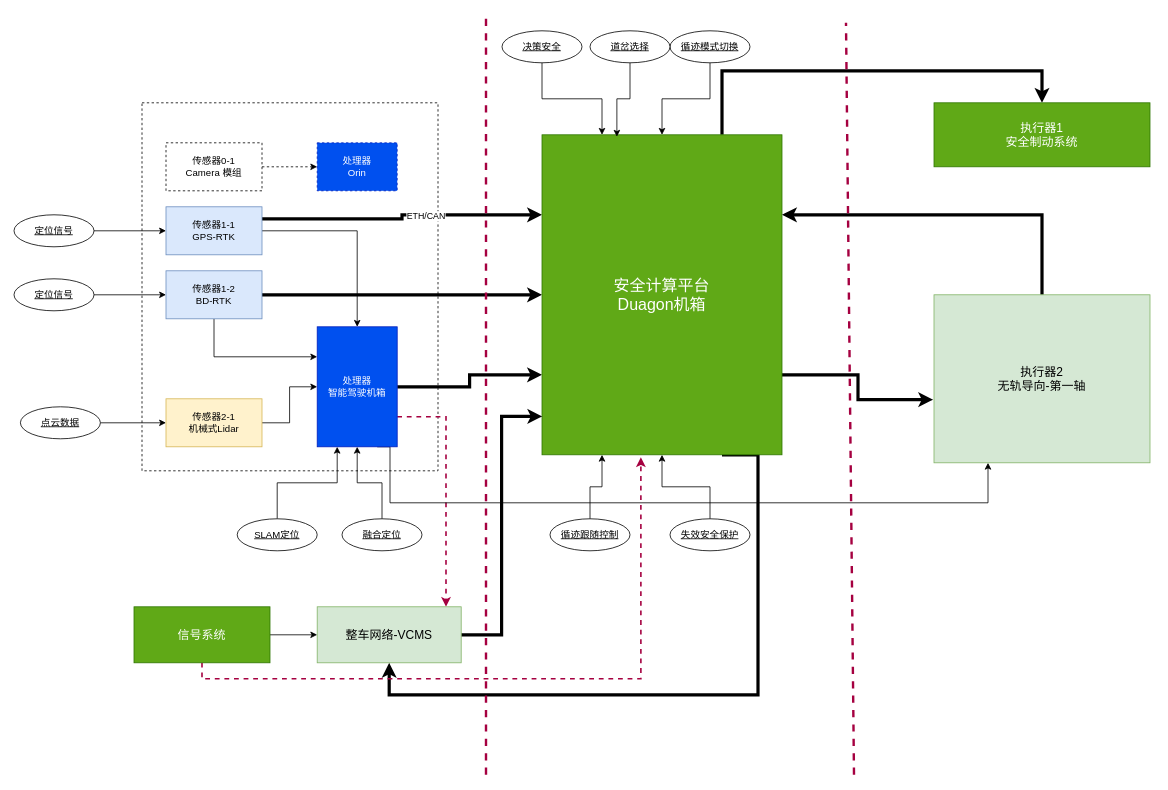
FrankWong-cs/SharingwithColleagues keeps this draw.io diagram as page "实体关系" (1 of 2) of 马来循迹控制_SIL2方案.drawio. Above is the earlier version. Source tidied: cells renumbered, new cells numbered last; positions are measured from the earlier drawing's top-left corner, leaving out a move shared by most shapes. Both pictures are drawn from the tidied source at 80%, with x=0, y=0 at pixel (14, 14).
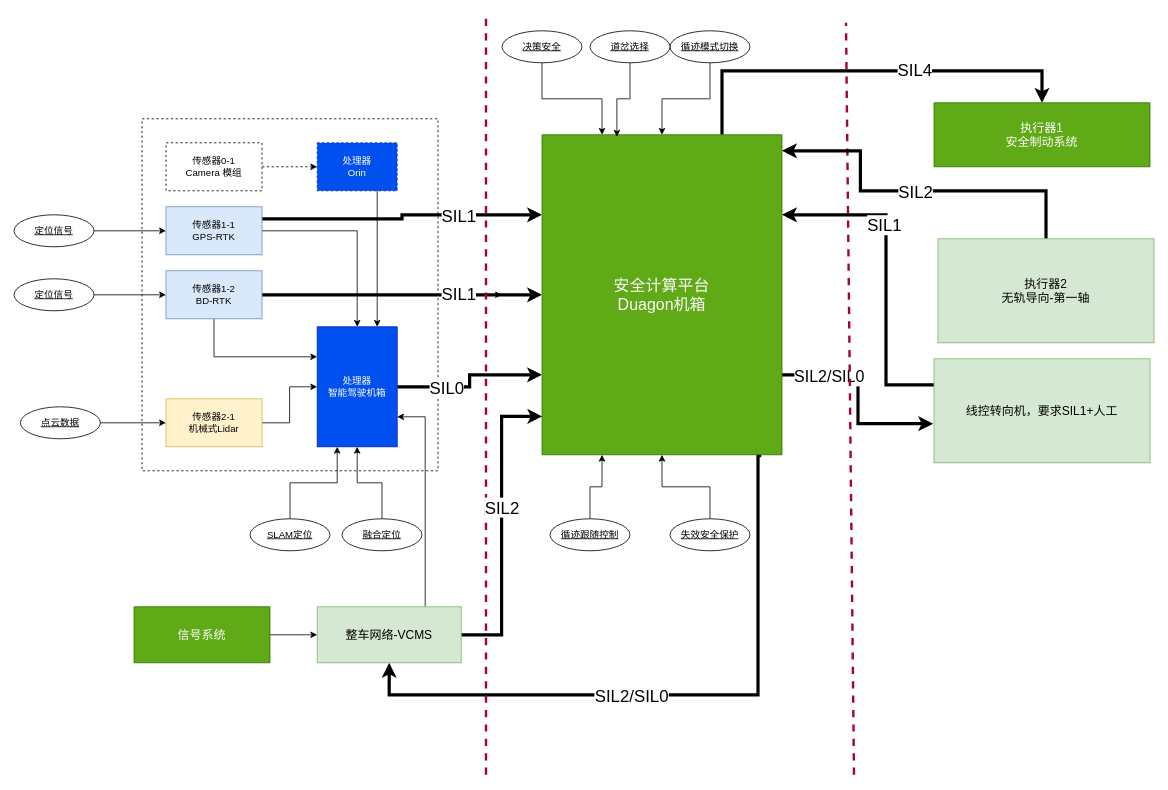
The same diagram, later.

The change refers to these unchanged cells:
```xml
<mxCell id="4" style="edgeStyle=orthogonalEdgeStyle;rounded=0;jettySize=auto;html=1;exitX=1;exitY=0.25;exitDx=0;exitDy=0;entryX=0;entryY=0.25;entryDx=0;entryDy=0;strokeWidth=4;" parent="1" edge="1" source="6" target="28">
  <mxGeometry relative="1" as="geometry" />
</mxCell>
<mxCell id="7" style="edgeStyle=orthogonalEdgeStyle;rounded=0;jettySize=auto;html=1;exitX=1;exitY=0.5;exitDx=0;exitDy=0;entryX=0;entryY=0.5;entryDx=0;entryDy=0;strokeWidth=4;" parent="1" edge="1" source="9" target="28">
  <mxGeometry relative="1" as="geometry" />
</mxCell>
<mxCell id="20" value="处理器&lt;br&gt;Orin" style="whiteSpace=wrap;html=1;align=center;dashed=1;fillColor=#0050ef;fontColor=#ffffff;strokeColor=#001DBC;" parent="1" vertex="1">
  <mxGeometry x="379" y="160" width="100" height="60" as="geometry" />
</mxCell>
<mxCell id="21" style="edgeStyle=orthogonalEdgeStyle;rounded=0;jettySize=auto;html=1;exitX=1;exitY=0.5;exitDx=0;exitDy=0;entryX=0;entryY=0.75;entryDx=0;entryDy=0;strokeWidth=4;" parent="1" edge="1" source="24" target="28">
  <mxGeometry relative="1" as="geometry" />
</mxCell>
<mxCell id="24" value="处理器&lt;br&gt;智能驾驶机箱" style="whiteSpace=wrap;html=1;align=center;fillColor=#0050ef;fontColor=#ffffff;strokeColor=#001DBC;" parent="1" vertex="1">
  <mxGeometry x="379" y="390" width="100" height="150" as="geometry" />
</mxCell>
<mxCell id="25" style="edgeStyle=orthogonalEdgeStyle;rounded=0;jettySize=auto;html=1;exitX=1;exitY=0.75;exitDx=0;exitDy=0;entryX=-0.004;entryY=0.624;entryDx=0;entryDy=0;entryPerimeter=0;strokeWidth=4;" parent="1" edge="1" source="28" target="40">
  <mxGeometry relative="1" as="geometry" />
</mxCell>
<mxCell id="26" style="edgeStyle=orthogonalEdgeStyle;rounded=0;jettySize=auto;html=1;exitX=0.75;exitY=0;exitDx=0;exitDy=0;entryX=0.5;entryY=0;entryDx=0;entryDy=0;strokeWidth=4;" parent="1" edge="1" source="28" target="43">
  <mxGeometry relative="1" as="geometry">
    <Array as="points">
      <mxPoint x="885" y="70" />
      <mxPoint x="1285" y="70" />
    </Array>
  </mxGeometry>
</mxCell>
<mxCell id="28" value="安全计算平台&lt;br style=&quot;font-size: 20px;&quot;&gt;Duagon机箱" style="whiteSpace=wrap;html=1;align=center;fillColor=#60a917;fontColor=#ffffff;strokeColor=#2D7600;verticalAlign=middle;fontSize=20;" parent="1" vertex="1">
  <mxGeometry x="660" y="150" width="300" height="400" as="geometry" />
</mxCell>
<mxCell id="46" style="edgeStyle=orthogonalEdgeStyle;rounded=0;jettySize=auto;html=1;exitX=1;exitY=0.5;exitDx=0;exitDy=0;entryX=0.001;entryY=0.88;entryDx=0;entryDy=0;entryPerimeter=0;strokeWidth=4;" parent="1" edge="1" source="47" target="28">
  <mxGeometry relative="1" as="geometry" />
</mxCell>
<mxCell id="47" value="整车网络-VCMS" style="whiteSpace=wrap;html=1;align=center;fontSize=15;fillColor=#d5e8d4;strokeColor=#82b366;" parent="1" vertex="1">
  <mxGeometry x="379" y="740" width="180" height="70" as="geometry" />
</mxCell>
<mxCell id="50" value="信号系统" style="whiteSpace=wrap;html=1;align=center;fontSize=15;fillColor=#60a917;fontColor=#ffffff;strokeColor=#2D7600;" parent="1" vertex="1">
  <mxGeometry x="150" y="740" width="170" height="70" as="geometry" />
</mxCell>
```

Change to the diagram source:
```diff
@@
+    <mxCell id="53" style="edgeStyle=orthogonalEdgeStyle;rounded=0;jettySize=auto;html=1;" parent="1" edge="1" source="2">
+      <mxGeometry relative="1" as="geometry">
+        <mxPoint x="610" y="350" as="targetPoint" />
+      </mxGeometry>
+    </mxCell>
     <mxCell id="2" style="rounded=0;whiteSpace=wrap;html=1;fillStyle=dashed;dashed=1;" parent="1" vertex="1">
-      <mxGeometry x="160" y="110" width="370" height="460" as="geometry" />
+      <mxGeometry x="160" y="130" width="370" height="440" as="geometry" />
     </mxCell>
@@
-    <mxCell id="5" value="ETH/CAN" style="edgeLabel;html=1;align=center;verticalAlign=middle;" parent="4" vertex="1">
-      <mxGeometry x="0.18" y="-1" relative="1" as="geometry" />
-    </mxCell>
+    <mxCell id="54" value="SIL1" style="edgeLabel;html=1;align=center;verticalAlign=middle;fontSize=21;" parent="4" vertex="1">
+      <mxGeometry x="0.41" relative="1" as="geometry" />
+    </mxCell>
@@
+    <mxCell id="55" value="SIL1" style="edgeLabel;html=1;align=center;verticalAlign=middle;fontSize=21;" parent="7" vertex="1">
+      <mxGeometry x="0.4" y="2" relative="1" as="geometry" />
+    </mxCell>
@@
+    <mxCell id="56" style="edgeStyle=orthogonalEdgeStyle;rounded=0;jettySize=auto;html=1;exitX=0.75;exitY=1;exitDx=0;exitDy=0;entryX=0.75;entryY=0;entryDx=0;entryDy=0;" parent="1" edge="1" source="20" target="24">
+      <mxGeometry relative="1" as="geometry" />
+    </mxCell>
@@
-    <mxCell id="22" style="edgeStyle=orthogonalEdgeStyle;rounded=0;jettySize=auto;html=1;exitX=1;exitY=0.75;exitDx=0;exitDy=0;fillColor=#d80073;strokeColor=#A50040;strokeWidth=2;dashed=1;" parent="1" edge="1" source="24" target="47">
-      <mxGeometry relative="1" as="geometry">
-        <Array as="points">
-          <mxPoint x="540" y="503" />
-        </Array>
-      </mxGeometry>
-    </mxCell>
-    <mxCell id="23" style="edgeStyle=orthogonalEdgeStyle;rounded=0;jettySize=auto;html=1;exitX=0.75;exitY=1;exitDx=0;exitDy=0;entryX=0.25;entryY=1;entryDx=0;entryDy=0;" parent="1" edge="1" source="24" target="40">
-      <mxGeometry relative="1" as="geometry">
-        <Array as="points">
-          <mxPoint x="470" y="540" />
-          <mxPoint x="470" y="610" />
-          <mxPoint x="1218" y="610" />
-        </Array>
-      </mxGeometry>
-    </mxCell>
+    <mxCell id="57" value="SIL0" style="edgeLabel;html=1;align=center;verticalAlign=middle;fontSize=21;" parent="21" vertex="1">
+      <mxGeometry x="0.44" y="-2" relative="1" as="geometry">
+        <mxPoint x="-65" y="13" as="offset" />
+      </mxGeometry>
+    </mxCell>
@@
+    <mxCell id="58" value="SIL2/SIL0" style="edgeLabel;html=1;align=center;verticalAlign=middle;fontSize=20;" parent="25" vertex="1">
+      <mxGeometry x="-0.54" y="-1" relative="1" as="geometry" />
+    </mxCell>
@@
+    <mxCell id="59" value="SIL4" style="edgeLabel;html=1;align=center;verticalAlign=middle;fontSize=21;" parent="26" vertex="1">
+      <mxGeometry x="0.23" y="2" relative="1" as="geometry" />
+    </mxCell>
-    <mxCell id="27" style="edgeStyle=orthogonalEdgeStyle;rounded=0;jettySize=auto;html=1;exitX=0.75;exitY=1;exitDx=0;exitDy=0;entryX=0.5;entryY=1;entryDx=0;entryDy=0;strokeWidth=4;" parent="1" edge="1" source="28" target="47">
+    <mxCell id="27" style="edgeStyle=orthogonalEdgeStyle;rounded=0;jettySize=auto;html=1;exitX=0.901;exitY=1.003;exitDx=0;exitDy=0;entryX=0.5;entryY=1;entryDx=0;entryDy=0;strokeWidth=4;exitPerimeter=0;" parent="1" edge="1" source="28" target="47">
       <mxGeometry relative="1" as="geometry">
         <Array as="points">
+          <mxPoint x="932" y="551" />
+          <mxPoint x="932" y="550" />
           <mxPoint x="930" y="550" />
           <mxPoint x="930" y="850" />
           <mxPoint x="469" y="850" />
         </Array>
       </mxGeometry>
     </mxCell>
+    <mxCell id="60" value="SIL2/SIL0" style="edgeLabel;html=1;align=center;verticalAlign=middle;fontSize=21;" parent="27" vertex="1">
+      <mxGeometry x="0.15" y="1" relative="1" as="geometry" />
+    </mxCell>
@@
     <mxCell id="30" value="SLAM定位" style="ellipse;whiteSpace=wrap;html=1;align=center;fontStyle=4;" parent="1" vertex="1">
-      <mxGeometry x="279" y="630" width="100" height="40" as="geometry" />
+      <mxGeometry x="295" y="630" width="100" height="40" as="geometry" />
     </mxCell>
@@
-    <mxCell id="39" style="edgeStyle=orthogonalEdgeStyle;rounded=0;jettySize=auto;html=1;exitX=0.5;exitY=0;exitDx=0;exitDy=0;entryX=1;entryY=0.25;entryDx=0;entryDy=0;strokeWidth=4;" parent="1" edge="1" source="40" target="28">
-      <mxGeometry relative="1" as="geometry" />
+    <mxCell id="39" style="edgeStyle=orthogonalEdgeStyle;rounded=0;jettySize=auto;html=1;exitX=0;exitY=0.25;exitDx=0;exitDy=0;entryX=1;entryY=0.25;entryDx=0;entryDy=0;strokeWidth=4;" parent="1" edge="1" source="40" target="28">
+      <mxGeometry relative="1" as="geometry">
+        <Array as="points">
+          <mxPoint x="1090" y="463" />
+          <mxPoint x="1090" y="250" />
+        </Array>
+      </mxGeometry>
     </mxCell>
+    <mxCell id="61" value="SIL1" style="edgeLabel;html=1;align=center;verticalAlign=middle;fontSize=21;" parent="39" vertex="1">
+      <mxGeometry x="0.29" y="3" relative="1" as="geometry" />
+    </mxCell>
-    <mxCell id="40" value="执行器2&lt;br style=&quot;font-size: 15px;&quot;&gt;无轨导向-第一轴" style="whiteSpace=wrap;html=1;align=center;fontSize=15;fillColor=#d5e8d4;strokeColor=#82b366;" parent="1" vertex="1">
-      <mxGeometry x="1150" y="350" width="270" height="210" as="geometry" />
+    <mxCell id="40" value="线控转向机，要求SIL1+人工" style="whiteSpace=wrap;html=1;align=center;fontSize=15;fillColor=#d5e8d4;strokeColor=#82b366;" parent="1" vertex="1">
+      <mxGeometry x="1150" y="430" width="270" height="130" as="geometry" />
     </mxCell>
@@
+    <mxCell id="62" value="SIL2" style="edgeLabel;html=1;align=center;verticalAlign=middle;fontSize=21;" parent="46" vertex="1">
+      <mxGeometry x="0.12" relative="1" as="geometry" />
+    </mxCell>
+    <mxCell id="63" style="edgeStyle=orthogonalEdgeStyle;rounded=0;jettySize=auto;html=1;exitX=0.75;exitY=0;exitDx=0;exitDy=0;entryX=1;entryY=0.75;entryDx=0;entryDy=0;" parent="1" edge="1" source="47" target="24">
+      <mxGeometry relative="1" as="geometry" />
+    </mxCell>
@@
-    <mxCell id="49" style="edgeStyle=orthogonalEdgeStyle;rounded=0;jettySize=auto;html=1;exitX=0.5;exitY=1;exitDx=0;exitDy=0;entryX=0.412;entryY=1.008;entryDx=0;entryDy=0;entryPerimeter=0;strokeColor=#A50040;fillColor=#d80073;strokeWidth=2;dashed=1;" parent="1" edge="1" source="50" target="28">
-      <mxGeometry relative="1" as="geometry" />
-    </mxCell>
@@
+    <mxCell id="64" style="edgeStyle=orthogonalEdgeStyle;rounded=0;jettySize=auto;html=1;exitX=0.5;exitY=0;exitDx=0;exitDy=0;entryX=1;entryY=0.05;entryDx=0;entryDy=0;entryPerimeter=0;strokeWidth=4;" parent="1" edge="1" source="66" target="28">
+      <mxGeometry relative="1" as="geometry">
+        <Array as="points">
+          <mxPoint x="1290" y="220" />
+          <mxPoint x="1058" y="220" />
+          <mxPoint x="1058" y="170" />
+        </Array>
+      </mxGeometry>
+    </mxCell>
+    <mxCell id="65" value="SIL2" style="edgeLabel;html=1;align=center;verticalAlign=middle;fontSize=21;" parent="64" vertex="1">
+      <mxGeometry x="0.02" y="1" relative="1" as="geometry" />
+    </mxCell>
+    <mxCell id="66" value="执行器2&lt;br style=&quot;font-size: 15px;&quot;&gt;无轨导向-第一轴" style="whiteSpace=wrap;html=1;align=center;fontSize=15;fillColor=#d5e8d4;strokeColor=#82b366;" parent="1" vertex="1">
+      <mxGeometry x="1155" y="280" width="270" height="130" as="geometry" />
+    </mxCell>
```
